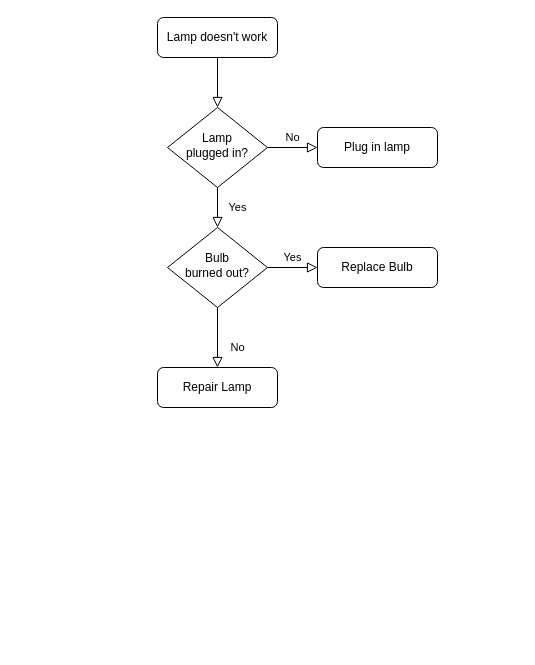
Above: Untitled Diagram.drawio in GroovyDrew93/crypto (draw.io), before the change. Source tidied: cells renumbered, new cells numbered last; positions are measured from the earlier drawing's top-left corner, leaving out a move shared by most shapes. Both pictures are drawn from the tidied source at 100%, with x=0, y=0 at pixel (157, 17).
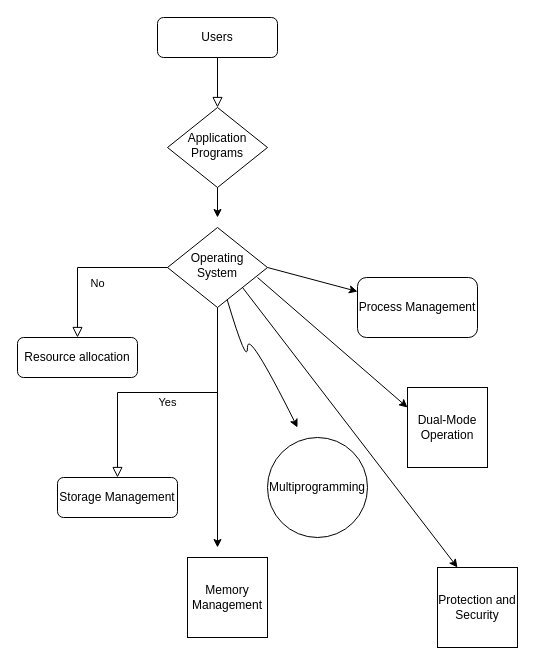
The same page after the edit.

Diff of the diagram source:
```diff
@@
-    <mxCell id="3" value="Lamp doesn't work" style="rounded=1;whiteSpace=wrap;html=1;fontSize=12;glass=0;strokeWidth=1;shadow=0;" parent="1" vertex="1">
+    <mxCell id="3" value="Users" style="rounded=1;whiteSpace=wrap;html=1;fontSize=12;glass=0;strokeWidth=1;shadow=0;" parent="1" vertex="1">
       <mxGeometry width="120" height="40" as="geometry" />
     </mxCell>
-    <mxCell id="4" value="Yes" style="rounded=0;html=1;jettySize=auto;fontSize=11;endArrow=block;endFill=0;endSize=8;strokeWidth=1;shadow=0;labelBackgroundColor=none;edgeStyle=orthogonalEdgeStyle;" parent="1" edge="1" source="6" target="10">
-      <mxGeometry y="20" relative="1" as="geometry" />
-    </mxCell>
-    <mxCell id="5" value="No" style="edgeStyle=orthogonalEdgeStyle;rounded=0;html=1;jettySize=auto;fontSize=11;endArrow=block;endFill=0;endSize=8;strokeWidth=1;shadow=0;labelBackgroundColor=none;" parent="1" edge="1" source="6" target="7">
-      <mxGeometry y="10" relative="1" as="geometry" />
-    </mxCell>
-    <mxCell id="6" value="Lamp&lt;br&gt;plugged in?" style="rhombus;whiteSpace=wrap;html=1;shadow=0;fontFamily=Helvetica;fontSize=12;align=center;strokeWidth=1;spacing=6;spacingTop=-4;" parent="1" vertex="1">
+    <mxCell id="6" value="Application Programs" style="rhombus;whiteSpace=wrap;html=1;shadow=0;fontFamily=Helvetica;fontSize=12;align=center;strokeWidth=1;spacing=6;spacingTop=-4;" parent="1" vertex="1">
       <mxGeometry x="10" y="90" width="100" height="80" as="geometry" />
     </mxCell>
-    <mxCell id="7" value="Plug in lamp" style="rounded=1;whiteSpace=wrap;html=1;fontSize=12;glass=0;strokeWidth=1;shadow=0;" parent="1" vertex="1">
-      <mxGeometry x="160" y="110" width="120" height="40" as="geometry" />
-    </mxCell>
@@
-    <mxCell id="10" value="Bulb&lt;br&gt;burned out?" style="rhombus;whiteSpace=wrap;html=1;shadow=0;fontFamily=Helvetica;fontSize=12;align=center;strokeWidth=1;spacing=6;spacingTop=-4;" parent="1" vertex="1">
+    <mxCell id="10" value="Operating System" style="rhombus;whiteSpace=wrap;html=1;shadow=0;fontFamily=Helvetica;fontSize=12;align=center;strokeWidth=1;spacing=6;spacingTop=-4;" parent="1" vertex="1">
       <mxGeometry x="10" y="210" width="100" height="80" as="geometry" />
     </mxCell>
-    <mxCell id="11" value="Repair Lamp" style="rounded=1;whiteSpace=wrap;html=1;fontSize=12;glass=0;strokeWidth=1;shadow=0;" parent="1" vertex="1">
-      <mxGeometry y="350" width="120" height="40" as="geometry" />
+    <mxCell id="11" value="Resource allocation" style="rounded=1;whiteSpace=wrap;html=1;fontSize=12;glass=0;strokeWidth=1;shadow=0;" parent="1" vertex="1">
+      <mxGeometry x="-140" y="320" width="120" height="40" as="geometry" />
     </mxCell>
-    <mxCell id="12" value="Replace Bulb" style="rounded=1;whiteSpace=wrap;html=1;fontSize=12;glass=0;strokeWidth=1;shadow=0;" parent="1" vertex="1">
-      <mxGeometry x="160" y="230" width="120" height="40" as="geometry" />
+    <mxCell id="12" value="Storage Management" style="rounded=1;whiteSpace=wrap;html=1;fontSize=12;glass=0;strokeWidth=1;shadow=0;" parent="1" vertex="1">
+      <mxGeometry x="-100" y="460" width="120" height="40" as="geometry" />
     </mxCell>
+    <mxCell id="13" value="Multiprogramming" style="ellipse;whiteSpace=wrap;html=1;" parent="1" vertex="1">
+      <mxGeometry x="110" y="420" width="100" height="100" as="geometry" />
+    </mxCell>
+    <mxCell id="14" style="curved=1;endArrow=classic;html=1;rounded=0;" parent="1" edge="1" source="10">
+      <mxGeometry relative="1" as="geometry">
+        <mxPoint x="140" y="410" as="targetPoint" />
+        <Array as="points">
+          <mxPoint x="90" y="350" />
+          <mxPoint x="90" y="310" />
+        </Array>
+      </mxGeometry>
+    </mxCell>
+    <mxCell id="15" style="endArrow=classic;html=1;rounded=0;entryX=0;entryY=0.25;entryDx=0;entryDy=0;" parent="1" edge="1" target="16">
+      <mxGeometry relative="1" as="geometry">
+        <mxPoint x="100" y="260" as="sourcePoint" />
+      </mxGeometry>
+    </mxCell>
+    <mxCell id="16" value="Dual-Mode Operation" style="whiteSpace=wrap;html=1;" parent="1" vertex="1">
+      <mxGeometry x="250" y="370" width="80" height="80" as="geometry" />
+    </mxCell>
+    <mxCell id="17" style="endArrow=classic;html=1;rounded=0;exitX=0.5;exitY=1;exitDx=0;exitDy=0;" parent="1" edge="1" source="6">
+      <mxGeometry relative="1" as="geometry">
+        <mxPoint x="60" y="200" as="targetPoint" />
+      </mxGeometry>
+    </mxCell>
+    <mxCell id="18" style="endArrow=classic;html=1;rounded=0;exitX=1;exitY=0.5;exitDx=0;exitDy=0;" parent="1" edge="1" source="10" target="19">
+      <mxGeometry relative="1" as="geometry" />
+    </mxCell>
+    <mxCell id="19" value="Process Management" style="rounded=1;whiteSpace=wrap;html=1;" parent="1" vertex="1">
+      <mxGeometry x="200" y="260" width="120" height="60" as="geometry" />
+    </mxCell>
+    <mxCell id="20" style="endArrow=classic;html=1;rounded=0;" parent="1" edge="1">
+      <mxGeometry relative="1" as="geometry">
+        <mxPoint x="60" y="330" as="sourcePoint" />
+        <mxPoint x="60" y="530" as="targetPoint" />
+      </mxGeometry>
+    </mxCell>
+    <mxCell id="21" value="Memory Management" style="whiteSpace=wrap;html=1;" parent="1" vertex="1">
+      <mxGeometry x="30" y="540" width="80" height="80" as="geometry" />
+    </mxCell>
+    <mxCell id="22" style="endArrow=classic;html=1;rounded=0;exitX=1;exitY=1;exitDx=0;exitDy=0;" parent="1" edge="1" source="10">
+      <mxGeometry relative="1" as="geometry">
+        <mxPoint x="300" y="550" as="targetPoint" />
+      </mxGeometry>
+    </mxCell>
+    <mxCell id="23" value="Protection and Security" style="whiteSpace=wrap;html=1;" parent="1" vertex="1">
+      <mxGeometry x="280" y="550" width="80" height="80" as="geometry" />
+    </mxCell>
```
